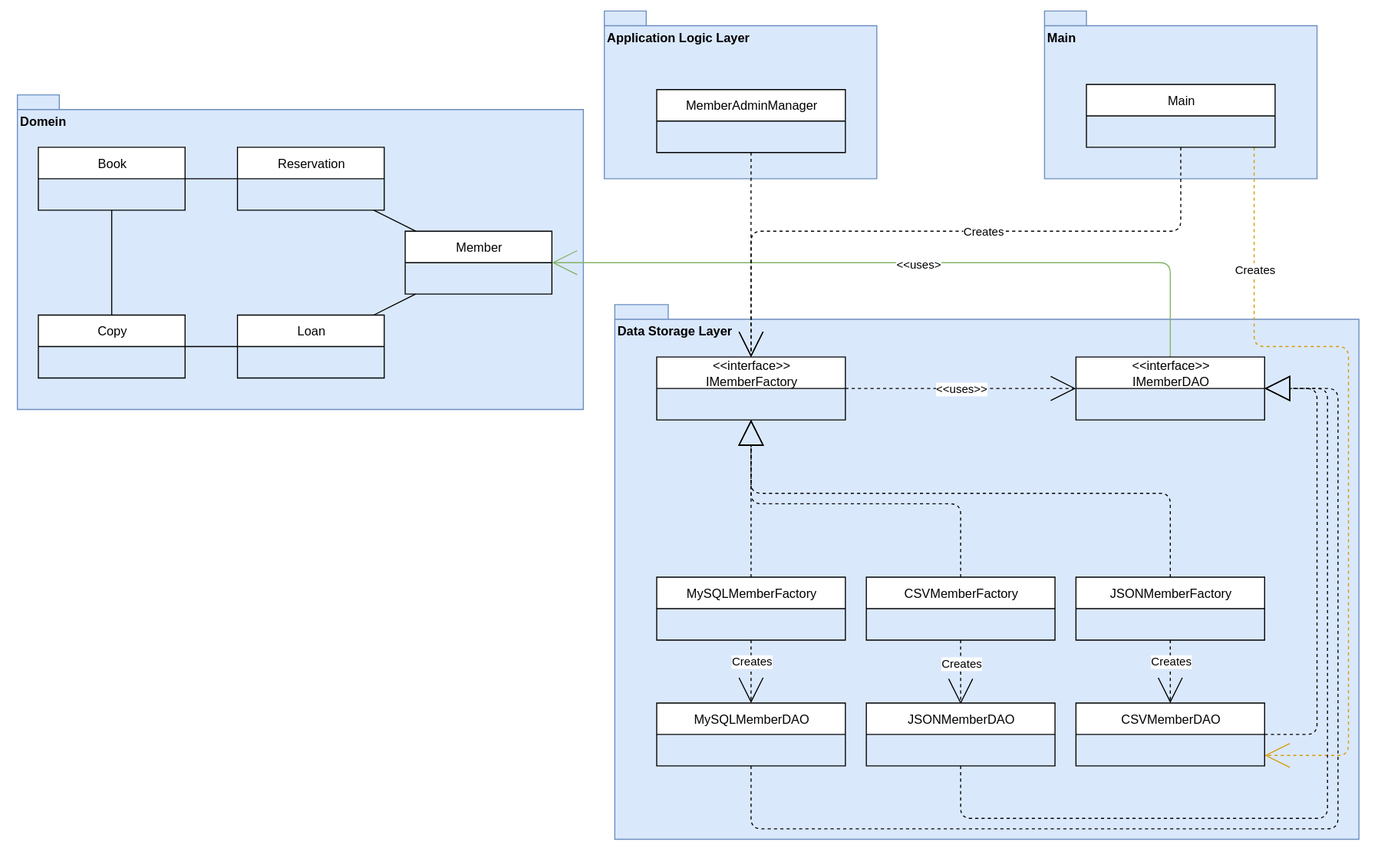
Above: huiswerk/uml/diagram v2.svg in oldmartijntje/AvansModuleOpenMRS (draw.io), before the change. Source tidied: cells renumbered, new cells last; positions are measured from the earlier drawing's top-left corner, leaving out a move shared by most shapes.
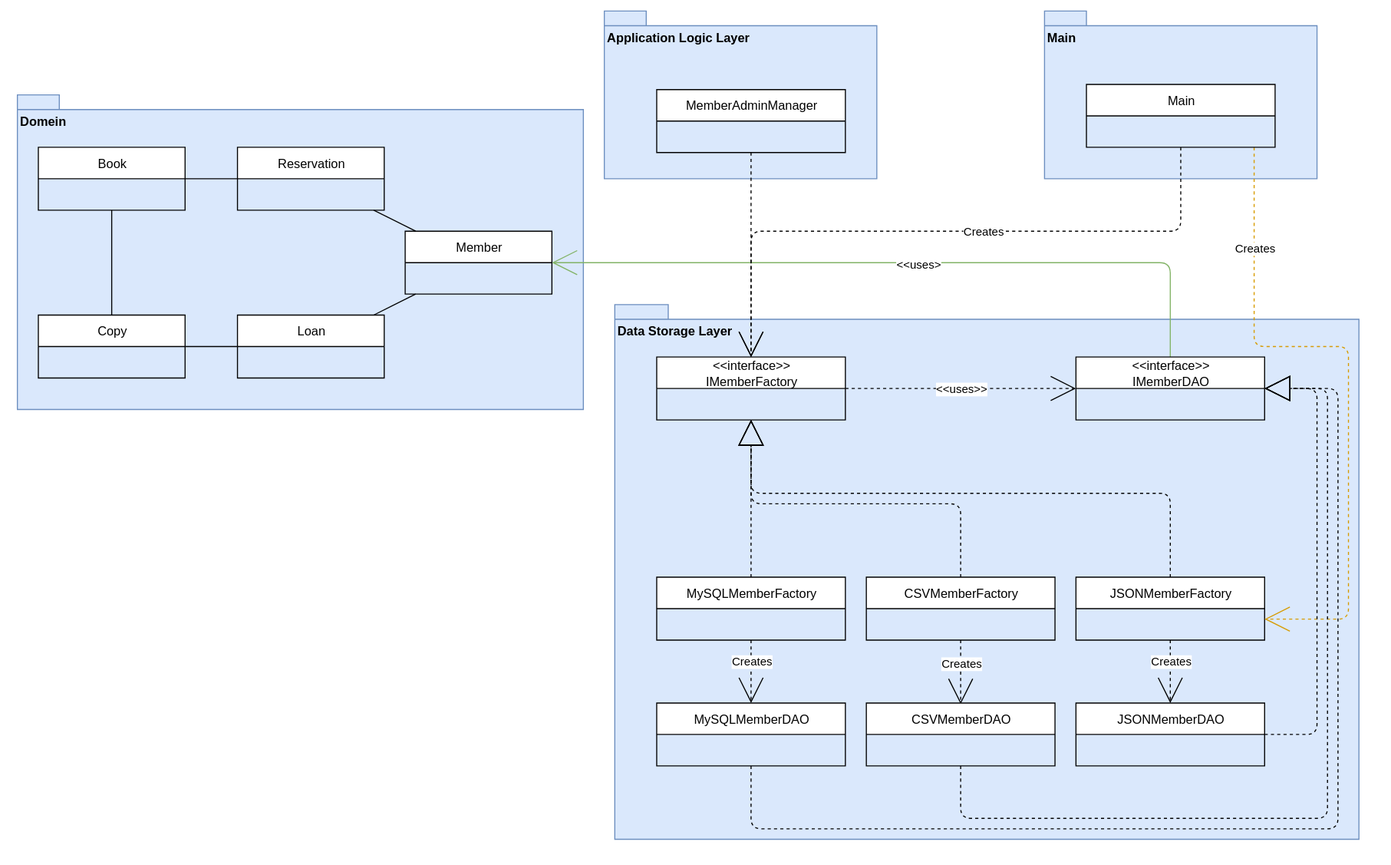
Later version of the same file.

Commit message:
fix arrow and name

What changed in the source:
```diff
@@ -133,12 +133,12 @@
     <mxCell id="39" value="Creates" style="edgeLabel;html=1;align=center;verticalAlign=middle;" parent="38" vertex="1">
       <mxGeometry x="-0.12" relative="1" as="geometry" />
     </mxCell>
-    <mxCell id="40" style="edgeStyle=orthogonalEdgeStyle;html=1;fillColor=#ffe6cc;strokeColor=#d79b00;dashed=1;endArrow=open;endFill=0;endSize=22;" parent="1" edge="1" source="42" target="44">
+    <mxCell id="40" style="edgeStyle=orthogonalEdgeStyle;html=1;fillColor=#ffe6cc;strokeColor=#d79b00;dashed=1;endArrow=open;endFill=0;endSize=22;" parent="1" edge="1" source="42" target="31">
       <mxGeometry relative="1" as="geometry">
         <Array as="points">
           <mxPoint x="1180" y="320" />
           <mxPoint x="1270" y="320" />
-          <mxPoint x="1270" y="710" />
+          <mxPoint x="1270" y="580" />
         </Array>
       </mxGeometry>
     </mxCell>
@@ -156,7 +156,7 @@
         </Array>
       </mxGeometry>
     </mxCell>
-    <mxCell id="44" value="CSVMemberDAO" style="swimlane;fontStyle=0;horizontal=1;startSize=30;whiteSpace=wrap;html=1;" parent="1" vertex="1">
+    <mxCell id="44" value="JSONMemberDAO" style="swimlane;fontStyle=0;horizontal=1;startSize=30;whiteSpace=wrap;html=1;" parent="1" vertex="1">
       <mxGeometry x="1010" y="660" width="180" height="60" as="geometry" />
     </mxCell>
     <mxCell id="45" style="edgeStyle=orthogonalEdgeStyle;html=1;endSize=22;endArrow=block;endFill=0;dashed=1;" parent="1" edge="1" source="46" target="19">
@@ -180,7 +180,7 @@
         </Array>
       </mxGeometry>
     </mxCell>
-    <mxCell id="48" value="JSONMemberDAO" style="swimlane;fontStyle=0;horizontal=1;startSize=30;whiteSpace=wrap;html=1;" parent="1" vertex="1">
+    <mxCell id="48" value="CSVMemberDAO" style="swimlane;fontStyle=0;horizontal=1;startSize=30;whiteSpace=wrap;html=1;" parent="1" vertex="1">
       <mxGeometry x="810" y="660" width="180" height="60" as="geometry" />
     </mxCell>
     <mxCell id="49" value="Creates" style="edgeLabel;html=1;align=center;verticalAlign=middle;" parent="1" vertex="1">
```
